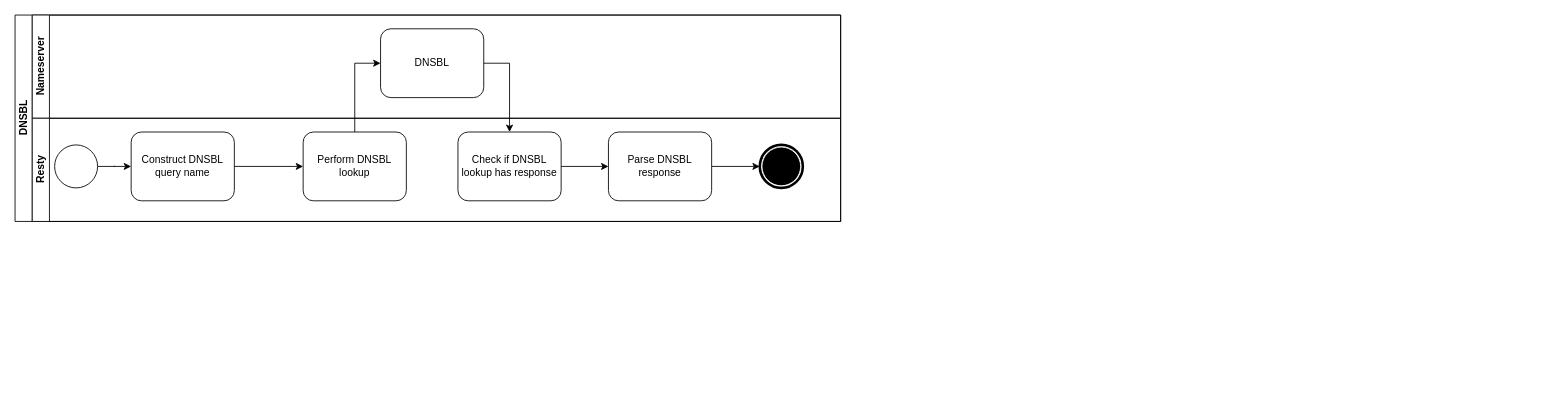
Above: page "DNSBL" (3 of 4) of Diagram.drawio in tajpouria/resty-ip-reputation-example (draw.io), before the change. Source tidied: cells renumbered, new cells numbered last; positions are measured from the earlier drawing's top-left corner, leaving out a move shared by most shapes. Both pictures are drawn from the tidied source at 86%, with x=0, y=0 at pixel (15, 15).
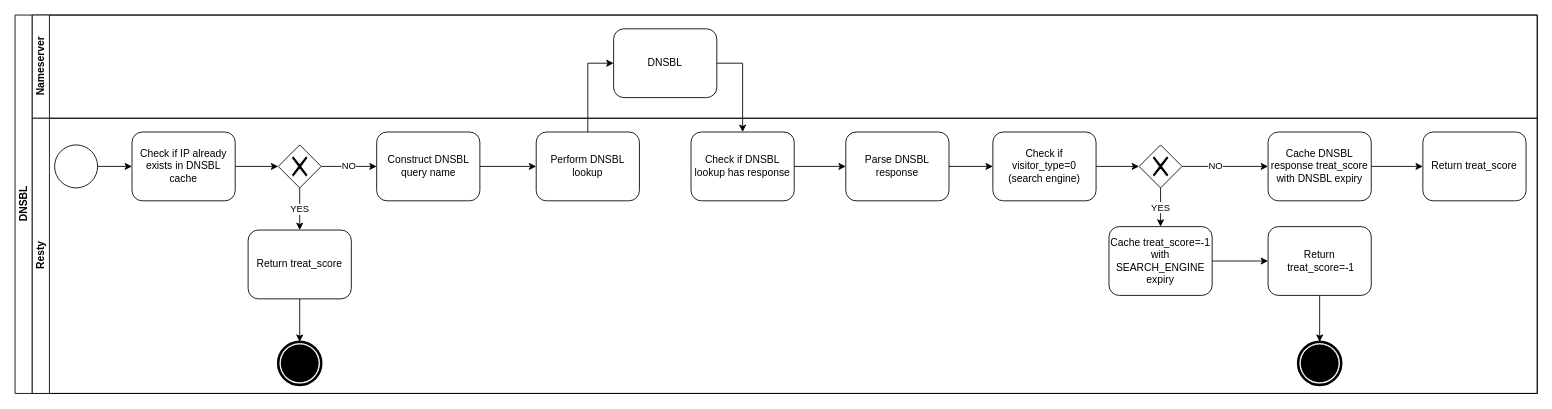
After the change.

Diff of the diagram source:
```diff
@@
     <mxCell id="2" value="DNSBL" style="swimlane;html=1;horizontal=0;startSize=20;" parent="1" vertex="1">
-      <mxGeometry width="960" height="240" as="geometry" />
+      <mxGeometry width="1770" height="440" as="geometry" />
     </mxCell>
     <mxCell id="3" value="Nameserver" style="swimlane;html=1;startSize=20;horizontal=0;" parent="2" vertex="1">
-      <mxGeometry x="20" width="940" height="120" as="geometry" />
+      <mxGeometry x="20" width="1750" height="120" as="geometry" />
     </mxCell>
     <mxCell id="4" value="DNSBL" style="shape=ext;rounded=1;html=1;fontFamily=Helvetica;labelBorderColor=none;labelBackgroundColor=none;whiteSpace=wrap;" parent="3" vertex="1">
-      <mxGeometry x="405" y="16" width="120" height="80" as="geometry" />
+      <mxGeometry x="676" y="16" width="120" height="80" as="geometry" />
     </mxCell>
+    <mxCell id="17" style="edgeStyle=orthogonalEdgeStyle;rounded=0;jettySize=auto;html=1;entryX=0;entryY=0.5;entryDx=0;entryDy=0;fontFamily=Helvetica;labelBorderColor=none;labelBackgroundColor=none;" parent="2" edge="1" source="8" target="4">
+      <mxGeometry relative="1" as="geometry" />
+    </mxCell>
+    <mxCell id="18" style="edgeStyle=orthogonalEdgeStyle;rounded=0;jettySize=auto;html=1;" parent="2" edge="1" source="4" target="9">
+      <mxGeometry relative="1" as="geometry">
+        <Array as="points">
+          <mxPoint x="846" y="56" />
+        </Array>
+      </mxGeometry>
+    </mxCell>
     <mxCell id="5" value="Resty" style="swimlane;html=1;startSize=20;horizontal=0;" parent="2" vertex="1">
-      <mxGeometry x="20" y="120" width="940" height="120" as="geometry" />
+      <mxGeometry x="20" y="120" width="1750" height="320" as="geometry" />
     </mxCell>
     <mxCell id="6" style="shape=mxgraph.bpmn.shape;html=1;verticalLabelPosition=bottom;labelBackgroundColor=none;verticalAlign=top;align=center;perimeter=rhombusPerimeter;background=gateway;outline=none;symbol=exclusiveGw;fontFamily=Helvetica;labelBorderColor=none;whiteSpace=wrap;" parent="5" vertex="1">
-      <mxGeometry x="150" y="31" width="50" height="50" as="geometry" />
+      <mxGeometry x="421" y="31" width="50" height="50" as="geometry" />
     </mxCell>
     <mxCell id="7" value="Construct DNSBL query name" style="shape=ext;rounded=1;html=1;fontFamily=Helvetica;labelBorderColor=none;labelBackgroundColor=none;whiteSpace=wrap;" parent="5" vertex="1">
-      <mxGeometry x="115" y="16" width="120" height="80" as="geometry" />
+      <mxGeometry x="400.5" y="16" width="120" height="80" as="geometry" />
     </mxCell>
     <mxCell id="8" value="Perform DNSBL lookup" style="shape=ext;rounded=1;html=1;fontFamily=Helvetica;labelBorderColor=none;labelBackgroundColor=none;whiteSpace=wrap;" parent="5" vertex="1">
-      <mxGeometry x="315" y="16" width="120" height="80" as="geometry" />
+      <mxGeometry x="586" y="16" width="120" height="80" as="geometry" />
     </mxCell>
+    <mxCell id="13" style="edgeStyle=orthogonalEdgeStyle;rounded=0;jettySize=auto;html=1;" parent="5" edge="1" source="9" target="12">
+      <mxGeometry relative="1" as="geometry" />
+    </mxCell>
     <mxCell id="9" value="Check if DNSBL lookup has response " style="shape=ext;rounded=1;html=1;fontFamily=Helvetica;labelBorderColor=none;labelBackgroundColor=none;whiteSpace=wrap;" parent="5" vertex="1">
-      <mxGeometry x="495" y="16" width="120" height="80" as="geometry" />
+      <mxGeometry x="766" y="16" width="120" height="80" as="geometry" />
     </mxCell>
@@
-    <mxCell id="11" style="edgeStyle=orthogonalEdgeStyle;rounded=0;jettySize=auto;html=1;" parent="5" edge="1" source="12" target="16">
-      <mxGeometry relative="1" as="geometry" />
-    </mxCell>
+    <mxCell id="19" style="edgeStyle=orthogonalEdgeStyle;rounded=0;jettySize=auto;html=1;" parent="5" edge="1" source="15" target="21">
+      <mxGeometry relative="1" as="geometry" />
+    </mxCell>
+    <mxCell id="15" style="shape=mxgraph.bpmn.shape;html=1;verticalLabelPosition=bottom;labelBackgroundColor=#ffffff;verticalAlign=top;align=center;perimeter=ellipsePerimeter;outlineConnect=0;outline=standard;symbol=general;" parent="5" vertex="1">
+      <mxGeometry x="26" y="31" width="50" height="50" as="geometry" />
+    </mxCell>
+    <mxCell id="20" style="edgeStyle=orthogonalEdgeStyle;rounded=0;jettySize=auto;html=1;" parent="5" edge="1" source="21" target="24">
+      <mxGeometry relative="1" as="geometry" />
+    </mxCell>
+    <mxCell id="21" value="Check if IP already exists in DNSBL cache" style="shape=ext;rounded=1;html=1;fontFamily=Helvetica;labelBorderColor=none;labelBackgroundColor=none;whiteSpace=wrap;" parent="5" vertex="1">
+      <mxGeometry x="116" y="16" width="120" height="80" as="geometry" />
+    </mxCell>
+    <mxCell id="22" value="YES" style="edgeStyle=orthogonalEdgeStyle;rounded=0;jettySize=auto;html=1;" parent="5" edge="1" source="24" target="26">
+      <mxGeometry relative="1" as="geometry" />
+    </mxCell>
+    <mxCell id="23" value="NO" style="edgeStyle=orthogonalEdgeStyle;rounded=0;jettySize=auto;html=1;" parent="5" edge="1" source="24" target="7">
+      <mxGeometry relative="1" as="geometry" />
+    </mxCell>
+    <mxCell id="24" style="shape=mxgraph.bpmn.shape;html=1;verticalLabelPosition=bottom;labelBackgroundColor=#ffffff;verticalAlign=top;align=center;perimeter=rhombusPerimeter;background=gateway;outlineConnect=0;outline=none;symbol=exclusiveGw;fontFamily=Helvetica;" parent="5" vertex="1">
+      <mxGeometry x="286" y="31" width="50" height="50" as="geometry" />
+    </mxCell>
+    <mxCell id="25" style="edgeStyle=orthogonalEdgeStyle;rounded=0;jettySize=auto;html=1;" parent="5" edge="1" source="26" target="27">
+      <mxGeometry relative="1" as="geometry" />
+    </mxCell>
+    <mxCell id="26" value="Return treat_score" style="shape=ext;rounded=1;html=1;fontFamily=Helvetica;labelBorderColor=none;labelBackgroundColor=none;whiteSpace=wrap;" parent="5" vertex="1">
+      <mxGeometry x="251" y="130" width="120" height="80" as="geometry" />
+    </mxCell>
+    <mxCell id="27" style="shape=mxgraph.bpmn.shape;html=1;verticalLabelPosition=bottom;labelBackgroundColor=#ffffff;verticalAlign=top;align=center;perimeter=ellipsePerimeter;outlineConnect=0;outline=end;symbol=terminate;" parent="5" vertex="1">
+      <mxGeometry x="286" y="260" width="50" height="50" as="geometry" />
+    </mxCell>
+    <mxCell id="28" style="shape=mxgraph.bpmn.shape;html=1;verticalLabelPosition=bottom;labelBackgroundColor=none;verticalAlign=top;align=center;perimeter=ellipsePerimeter;outlineConnect=0;outline=end;symbol=terminate;fontFamily=Helvetica;labelBorderColor=none;whiteSpace=wrap;" parent="5" vertex="1">
+      <mxGeometry x="1472" y="260" width="50" height="50" as="geometry" />
+    </mxCell>
     <mxCell id="12" value="Parse DNSBL response" style="shape=ext;rounded=1;html=1;fontFamily=Helvetica;labelBorderColor=none;labelBackgroundColor=none;whiteSpace=wrap;" parent="5" vertex="1">
-      <mxGeometry x="670" y="16" width="120" height="80" as="geometry" />
+      <mxGeometry x="946" y="16" width="120" height="80" as="geometry" />
     </mxCell>
-    <mxCell id="13" style="edgeStyle=orthogonalEdgeStyle;rounded=0;jettySize=auto;html=1;labelBackgroundColor=none;fontFamily=Helvetica;" parent="5" edge="1" source="9" target="12">
-      <mxGeometry relative="1" as="geometry" />
-    </mxCell>
-    <mxCell id="14" style="edgeStyle=orthogonalEdgeStyle;rounded=0;jettySize=auto;html=1;" parent="5" edge="1" source="15" target="7">
-      <mxGeometry relative="1" as="geometry" />
-    </mxCell>
-    <mxCell id="15" style="shape=mxgraph.bpmn.shape;html=1;verticalLabelPosition=bottom;labelBackgroundColor=#ffffff;verticalAlign=top;align=center;perimeter=ellipsePerimeter;outlineConnect=0;outline=standard;symbol=general;" parent="5" vertex="1">
-      <mxGeometry x="26" y="31" width="50" height="50" as="geometry" />
-    </mxCell>
-    <mxCell id="16" style="shape=mxgraph.bpmn.shape;html=1;verticalLabelPosition=bottom;labelBackgroundColor=#ffffff;verticalAlign=top;align=center;perimeter=ellipsePerimeter;outlineConnect=0;outline=end;symbol=terminate;" parent="5" vertex="1">
-      <mxGeometry x="846" y="31" width="50" height="50" as="geometry" />
-    </mxCell>
-    <mxCell id="17" style="edgeStyle=orthogonalEdgeStyle;rounded=0;jettySize=auto;html=1;entryX=0;entryY=0.5;entryDx=0;entryDy=0;fontFamily=Helvetica;labelBorderColor=none;labelBackgroundColor=none;" parent="2" edge="1" source="8" target="4">
-      <mxGeometry relative="1" as="geometry" />
-    </mxCell>
-    <mxCell id="18" style="edgeStyle=orthogonalEdgeStyle;rounded=0;jettySize=auto;html=1;" parent="2" edge="1" source="4" target="9">
-      <mxGeometry relative="1" as="geometry">
-        <Array as="points">
-          <mxPoint x="575" y="56" />
-        </Array>
-      </mxGeometry>
-    </mxCell>
+    <mxCell id="29" style="edgeStyle=orthogonalEdgeStyle;rounded=0;jettySize=auto;html=1;" parent="5" edge="1" source="30" target="28">
+      <mxGeometry relative="1" as="geometry" />
+    </mxCell>
+    <mxCell id="30" value="Return&lt;br&gt;&amp;nbsp;treat_score=-1" style="shape=ext;rounded=1;html=1;fontFamily=Helvetica;labelBorderColor=none;labelBackgroundColor=none;whiteSpace=wrap;" parent="5" vertex="1">
+      <mxGeometry x="1437" y="126" width="120" height="80" as="geometry" />
+    </mxCell>
+    <mxCell id="31" value="Cache DNSBL response treat_score with DNSBL expiry" style="shape=ext;rounded=1;html=1;fontFamily=Helvetica;labelBorderColor=none;labelBackgroundColor=none;whiteSpace=wrap;" parent="5" vertex="1">
+      <mxGeometry x="1437" y="16" width="120" height="80" as="geometry" />
+    </mxCell>
+    <mxCell id="32" style="edgeStyle=orthogonalEdgeStyle;rounded=0;jettySize=auto;html=1;fontFamily=Helvetica;labelBorderColor=none;labelBackgroundColor=none;" parent="5" edge="1" source="31" target="33">
+      <mxGeometry relative="1" as="geometry" />
+    </mxCell>
+    <mxCell id="33" value="Return treat_score" style="shape=ext;rounded=1;html=1;fontFamily=Helvetica;labelBorderColor=none;labelBackgroundColor=none;whiteSpace=wrap;" parent="5" vertex="1">
+      <mxGeometry x="1617" y="16" width="120" height="80" as="geometry" />
+    </mxCell>
+    <mxCell id="34" style="edgeStyle=orthogonalEdgeStyle;rounded=0;jettySize=auto;html=1;fontFamily=Helvetica;labelBorderColor=none;labelBackgroundColor=none;" parent="1" edge="1" source="35" target="39">
+      <mxGeometry relative="1" as="geometry" />
+    </mxCell>
+    <mxCell id="35" value="Check if visitor_type=0&lt;br&gt;(search engine)" style="shape=ext;rounded=1;html=1;fontFamily=Helvetica;labelBorderColor=none;labelBackgroundColor=none;whiteSpace=wrap;" parent="1" vertex="1">
+      <mxGeometry x="1137" y="136" width="120" height="80" as="geometry" />
+    </mxCell>
+    <mxCell id="36" style="edgeStyle=orthogonalEdgeStyle;rounded=0;jettySize=auto;html=1;labelBackgroundColor=none;fontFamily=Helvetica;" parent="1" edge="1" source="39" target="31">
+      <mxGeometry relative="1" as="geometry" />
+    </mxCell>
+    <mxCell id="37" value="NO" style="edgeLabel;html=1;align=center;verticalAlign=middle;fontFamily=Helvetica;" parent="36" vertex="1">
+      <mxGeometry x="-0.25" y="2" relative="1" as="geometry" />
+    </mxCell>
+    <mxCell id="38" value="YES" style="edgeStyle=orthogonalEdgeStyle;rounded=0;jettySize=auto;html=1;" parent="1" edge="1" source="39" target="41">
+      <mxGeometry relative="1" as="geometry" />
+    </mxCell>
+    <mxCell id="39" style="shape=mxgraph.bpmn.shape;html=1;verticalLabelPosition=bottom;labelBackgroundColor=none;verticalAlign=top;align=center;perimeter=rhombusPerimeter;background=gateway;outlineConnect=0;outline=none;symbol=exclusiveGw;fontFamily=Helvetica;labelBorderColor=none;whiteSpace=wrap;" parent="1" vertex="1">
+      <mxGeometry x="1307" y="151" width="50" height="50" as="geometry" />
+    </mxCell>
+    <mxCell id="40" style="edgeStyle=orthogonalEdgeStyle;rounded=0;jettySize=auto;html=1;" parent="1" edge="1" source="41" target="30">
+      <mxGeometry relative="1" as="geometry" />
+    </mxCell>
+    <mxCell id="41" value="Cache treat_score=-1 with SEARCH_ENGINE expiry " style="shape=ext;rounded=1;html=1;fontFamily=Helvetica;labelBorderColor=none;labelBackgroundColor=none;whiteSpace=wrap;" parent="1" vertex="1">
+      <mxGeometry x="1272" y="246" width="120" height="80" as="geometry" />
+    </mxCell>
+    <mxCell id="42" style="edgeStyle=orthogonalEdgeStyle;rounded=0;jettySize=auto;html=1;" parent="1" edge="1" source="12" target="35">
+      <mxGeometry relative="1" as="geometry" />
+    </mxCell>
```
